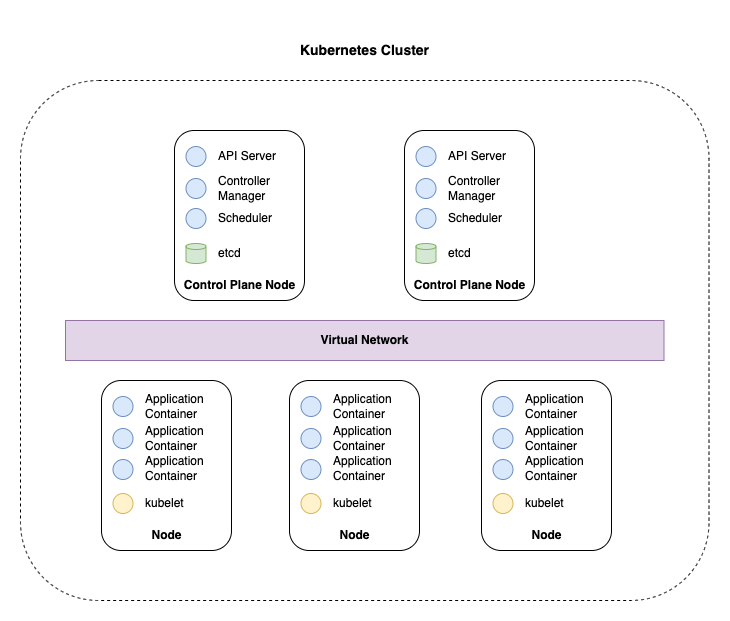
This is docs/kubernetes_high_level_architecture.drawio.png from Kayra/practice-kubernetes, a draw.io export, as it was before one commit. Source tidied: cells renumbered, new cells last; positions are measured from the earlier drawing's top-left corner, leaving out a move shared by most shapes. Source of this version:
```xml
<mxGraphModel>
  <root>
    <mxCell id="0" />
    <mxCell id="1" parent="0" />
    <mxCell id="2" style="rounded=1;whiteSpace=wrap;html=1;" parent="1" vertex="1">
      <mxGeometry x="154" y="110" width="130" height="170" as="geometry" />
    </mxCell>
    <mxCell id="3" value="Control Plane Node" style="text;html=1;strokeColor=none;fillColor=none;align=center;verticalAlign=middle;whiteSpace=wrap;rounded=0;fontStyle=1;" parent="1" vertex="1">
      <mxGeometry x="161.5" y="250" width="115" height="30" as="geometry" />
    </mxCell>
    <mxCell id="4" style="ellipse;whiteSpace=wrap;html=1;fillColor=#dae8fc;strokeColor=#6c8ebf;" parent="1" vertex="1">
      <mxGeometry x="165.5" y="126" width="20" height="20" as="geometry" />
    </mxCell>
    <mxCell id="5" value="API Server" style="text;html=1;strokeColor=none;fillColor=none;align=left;verticalAlign=middle;whiteSpace=wrap;rounded=0;" parent="1" vertex="1">
      <mxGeometry x="195.5" y="121" width="100" height="30" as="geometry" />
    </mxCell>
    <mxCell id="6" style="ellipse;whiteSpace=wrap;html=1;fillColor=#dae8fc;strokeColor=#6c8ebf;" parent="1" vertex="1">
      <mxGeometry x="165.5" y="158" width="20" height="20" as="geometry" />
    </mxCell>
    <mxCell id="7" value="Controller &lt;br&gt;Manager" style="text;html=1;strokeColor=none;fillColor=none;align=left;verticalAlign=middle;whiteSpace=wrap;rounded=0;" parent="1" vertex="1">
      <mxGeometry x="195.5" y="153" width="110" height="30" as="geometry" />
    </mxCell>
    <mxCell id="8" style="ellipse;whiteSpace=wrap;html=1;fillColor=#dae8fc;strokeColor=#6c8ebf;" parent="1" vertex="1">
      <mxGeometry x="165.5" y="188" width="20" height="20" as="geometry" />
    </mxCell>
    <mxCell id="9" value="Scheduler" style="text;html=1;strokeColor=none;fillColor=none;align=left;verticalAlign=middle;whiteSpace=wrap;rounded=0;" parent="1" vertex="1">
      <mxGeometry x="195.5" y="183" width="100" height="30" as="geometry" />
    </mxCell>
    <mxCell id="10" style="shape=cylinder3;whiteSpace=wrap;html=1;boundedLbl=1;backgroundOutline=1;size=3;fillColor=#d5e8d4;strokeColor=#82b366;" parent="1" vertex="1">
      <mxGeometry x="165.5" y="223" width="20" height="20" as="geometry" />
    </mxCell>
    <mxCell id="11" value="etcd" style="text;html=1;strokeColor=none;fillColor=none;align=left;verticalAlign=middle;whiteSpace=wrap;rounded=0;" parent="1" vertex="1">
      <mxGeometry x="195.5" y="218" width="100" height="30" as="geometry" />
    </mxCell>
    <mxCell id="12" style="rounded=1;whiteSpace=wrap;html=1;" parent="1" vertex="1">
      <mxGeometry x="384" y="110" width="130" height="170" as="geometry" />
    </mxCell>
    <mxCell id="13" value="Control Plane Node" style="text;html=1;strokeColor=none;fillColor=none;align=center;verticalAlign=middle;whiteSpace=wrap;rounded=0;fontStyle=1;" parent="1" vertex="1">
      <mxGeometry x="391.5" y="250" width="115" height="30" as="geometry" />
    </mxCell>
    <mxCell id="14" style="ellipse;whiteSpace=wrap;html=1;fillColor=#dae8fc;strokeColor=#6c8ebf;" parent="1" vertex="1">
      <mxGeometry x="395.5" y="126" width="20" height="20" as="geometry" />
    </mxCell>
    <mxCell id="15" value="API Server" style="text;html=1;strokeColor=none;fillColor=none;align=left;verticalAlign=middle;whiteSpace=wrap;rounded=0;" parent="1" vertex="1">
      <mxGeometry x="425.5" y="121" width="100" height="30" as="geometry" />
    </mxCell>
    <mxCell id="16" style="ellipse;whiteSpace=wrap;html=1;fillColor=#dae8fc;strokeColor=#6c8ebf;" parent="1" vertex="1">
      <mxGeometry x="395.5" y="158" width="20" height="20" as="geometry" />
    </mxCell>
    <mxCell id="17" value="Controller &lt;br&gt;Manager" style="text;html=1;strokeColor=none;fillColor=none;align=left;verticalAlign=middle;whiteSpace=wrap;rounded=0;" parent="1" vertex="1">
      <mxGeometry x="425.5" y="153" width="110" height="30" as="geometry" />
    </mxCell>
    <mxCell id="18" style="ellipse;whiteSpace=wrap;html=1;fillColor=#dae8fc;strokeColor=#6c8ebf;" parent="1" vertex="1">
      <mxGeometry x="395.5" y="188" width="20" height="20" as="geometry" />
    </mxCell>
    <mxCell id="19" value="Scheduler" style="text;html=1;strokeColor=none;fillColor=none;align=left;verticalAlign=middle;whiteSpace=wrap;rounded=0;" parent="1" vertex="1">
      <mxGeometry x="425.5" y="183" width="100" height="30" as="geometry" />
    </mxCell>
    <mxCell id="20" style="shape=cylinder3;whiteSpace=wrap;html=1;boundedLbl=1;backgroundOutline=1;size=3;fillColor=#d5e8d4;strokeColor=#82b366;" parent="1" vertex="1">
      <mxGeometry x="395.5" y="223" width="20" height="20" as="geometry" />
    </mxCell>
    <mxCell id="21" value="etcd" style="text;html=1;strokeColor=none;fillColor=none;align=left;verticalAlign=middle;whiteSpace=wrap;rounded=0;" parent="1" vertex="1">
      <mxGeometry x="425.5" y="218" width="100" height="30" as="geometry" />
    </mxCell>
    <mxCell id="22" style="rounded=1;whiteSpace=wrap;html=1;" parent="1" vertex="1">
      <mxGeometry x="269" y="360" width="130" height="170" as="geometry" />
    </mxCell>
    <mxCell id="23" value="Node" style="text;html=1;strokeColor=none;fillColor=none;align=center;verticalAlign=middle;whiteSpace=wrap;rounded=0;fontStyle=1;" parent="1" vertex="1">
      <mxGeometry x="276.5" y="500" width="115" height="30" as="geometry" />
    </mxCell>
    <mxCell id="24" style="ellipse;whiteSpace=wrap;html=1;fillColor=#dae8fc;strokeColor=#6c8ebf;" parent="1" vertex="1">
      <mxGeometry x="280.5" y="376" width="20" height="20" as="geometry" />
    </mxCell>
    <mxCell id="25" value="Application&lt;br&gt;Container" style="text;html=1;strokeColor=none;fillColor=none;align=left;verticalAlign=middle;whiteSpace=wrap;rounded=0;" parent="1" vertex="1">
      <mxGeometry x="310.5" y="371" width="100" height="30" as="geometry" />
    </mxCell>
    <mxCell id="26" style="ellipse;whiteSpace=wrap;html=1;fillColor=#dae8fc;strokeColor=#6c8ebf;" parent="1" vertex="1">
      <mxGeometry x="280.5" y="408" width="20" height="20" as="geometry" />
    </mxCell>
    <mxCell id="27" value="Application&lt;br&gt;Container" style="text;html=1;strokeColor=none;fillColor=none;align=left;verticalAlign=middle;whiteSpace=wrap;rounded=0;" parent="1" vertex="1">
      <mxGeometry x="310.5" y="403" width="110" height="30" as="geometry" />
    </mxCell>
    <mxCell id="28" style="ellipse;whiteSpace=wrap;html=1;fillColor=#dae8fc;strokeColor=#6c8ebf;" parent="1" vertex="1">
      <mxGeometry x="280.5" y="439" width="20" height="20" as="geometry" />
    </mxCell>
    <mxCell id="29" value="Application&lt;br&gt;Container" style="text;html=1;strokeColor=none;fillColor=none;align=left;verticalAlign=middle;whiteSpace=wrap;rounded=0;" parent="1" vertex="1">
      <mxGeometry x="310.5" y="434" width="100.5" height="27" as="geometry" />
    </mxCell>
    <mxCell id="30" value="kubelet" style="text;html=1;strokeColor=none;fillColor=none;align=left;verticalAlign=middle;whiteSpace=wrap;rounded=0;" parent="1" vertex="1">
      <mxGeometry x="310.5" y="468" width="100" height="30" as="geometry" />
    </mxCell>
    <mxCell id="31" style="ellipse;whiteSpace=wrap;html=1;fillColor=#fff2cc;strokeColor=#d6b656;" parent="1" vertex="1">
      <mxGeometry x="280.5" y="473" width="20" height="20" as="geometry" />
    </mxCell>
    <mxCell id="32" style="rounded=1;whiteSpace=wrap;html=1;" parent="1" vertex="1">
      <mxGeometry x="81" y="360" width="130" height="170" as="geometry" />
    </mxCell>
    <mxCell id="33" value="Node" style="text;html=1;strokeColor=none;fillColor=none;align=center;verticalAlign=middle;whiteSpace=wrap;rounded=0;fontStyle=1;" parent="1" vertex="1">
      <mxGeometry x="88.5" y="500" width="115" height="30" as="geometry" />
    </mxCell>
    <mxCell id="34" style="ellipse;whiteSpace=wrap;html=1;fillColor=#dae8fc;strokeColor=#6c8ebf;" parent="1" vertex="1">
      <mxGeometry x="92.5" y="376" width="20" height="20" as="geometry" />
    </mxCell>
    <mxCell id="35" value="Application&lt;br&gt;Container" style="text;html=1;strokeColor=none;fillColor=none;align=left;verticalAlign=middle;whiteSpace=wrap;rounded=0;" parent="1" vertex="1">
      <mxGeometry x="122.5" y="371" width="100" height="30" as="geometry" />
    </mxCell>
    <mxCell id="36" style="ellipse;whiteSpace=wrap;html=1;fillColor=#dae8fc;strokeColor=#6c8ebf;" parent="1" vertex="1">
      <mxGeometry x="92.5" y="408" width="20" height="20" as="geometry" />
    </mxCell>
    <mxCell id="37" value="Application&lt;br&gt;Container" style="text;html=1;strokeColor=none;fillColor=none;align=left;verticalAlign=middle;whiteSpace=wrap;rounded=0;" parent="1" vertex="1">
      <mxGeometry x="122.5" y="403" width="110" height="30" as="geometry" />
    </mxCell>
    <mxCell id="38" style="ellipse;whiteSpace=wrap;html=1;fillColor=#dae8fc;strokeColor=#6c8ebf;" parent="1" vertex="1">
      <mxGeometry x="92.5" y="439" width="20" height="20" as="geometry" />
    </mxCell>
    <mxCell id="39" value="Application&lt;br&gt;Container" style="text;html=1;strokeColor=none;fillColor=none;align=left;verticalAlign=middle;whiteSpace=wrap;rounded=0;" parent="1" vertex="1">
      <mxGeometry x="122.5" y="434" width="100.5" height="27" as="geometry" />
    </mxCell>
    <mxCell id="40" value="kubelet" style="text;html=1;strokeColor=none;fillColor=none;align=left;verticalAlign=middle;whiteSpace=wrap;rounded=0;" parent="1" vertex="1">
      <mxGeometry x="122.5" y="468" width="100" height="30" as="geometry" />
    </mxCell>
    <mxCell id="41" style="ellipse;whiteSpace=wrap;html=1;fillColor=#fff2cc;strokeColor=#d6b656;" parent="1" vertex="1">
      <mxGeometry x="92.5" y="473" width="20" height="20" as="geometry" />
    </mxCell>
    <mxCell id="42" style="rounded=1;whiteSpace=wrap;html=1;" parent="1" vertex="1">
      <mxGeometry x="461" y="360" width="130" height="170" as="geometry" />
    </mxCell>
    <mxCell id="43" value="Node" style="text;html=1;strokeColor=none;fillColor=none;align=center;verticalAlign=middle;whiteSpace=wrap;rounded=0;fontStyle=1;" parent="1" vertex="1">
      <mxGeometry x="468.5" y="500" width="115" height="30" as="geometry" />
    </mxCell>
    <mxCell id="44" style="ellipse;whiteSpace=wrap;html=1;fillColor=#dae8fc;strokeColor=#6c8ebf;" parent="1" vertex="1">
      <mxGeometry x="472.5" y="376" width="20" height="20" as="geometry" />
    </mxCell>
    <mxCell id="45" value="Application&lt;br&gt;Container" style="text;html=1;strokeColor=none;fillColor=none;align=left;verticalAlign=middle;whiteSpace=wrap;rounded=0;" parent="1" vertex="1">
      <mxGeometry x="502.5" y="371" width="100" height="30" as="geometry" />
    </mxCell>
    <mxCell id="46" style="ellipse;whiteSpace=wrap;html=1;fillColor=#dae8fc;strokeColor=#6c8ebf;" parent="1" vertex="1">
      <mxGeometry x="472.5" y="408" width="20" height="20" as="geometry" />
    </mxCell>
    <mxCell id="47" value="Application&lt;br&gt;Container" style="text;html=1;strokeColor=none;fillColor=none;align=left;verticalAlign=middle;whiteSpace=wrap;rounded=0;" parent="1" vertex="1">
      <mxGeometry x="502.5" y="403" width="110" height="30" as="geometry" />
    </mxCell>
    <mxCell id="48" style="ellipse;whiteSpace=wrap;html=1;fillColor=#dae8fc;strokeColor=#6c8ebf;" parent="1" vertex="1">
      <mxGeometry x="472.5" y="439" width="20" height="20" as="geometry" />
    </mxCell>
    <mxCell id="49" value="Application&lt;br&gt;Container" style="text;html=1;strokeColor=none;fillColor=none;align=left;verticalAlign=middle;whiteSpace=wrap;rounded=0;" parent="1" vertex="1">
      <mxGeometry x="502.5" y="434" width="100.5" height="27" as="geometry" />
    </mxCell>
    <mxCell id="50" value="kubelet" style="text;html=1;strokeColor=none;fillColor=none;align=left;verticalAlign=middle;whiteSpace=wrap;rounded=0;" parent="1" vertex="1">
      <mxGeometry x="502.5" y="468" width="100" height="30" as="geometry" />
    </mxCell>
    <mxCell id="51" style="ellipse;whiteSpace=wrap;html=1;fillColor=#fff2cc;strokeColor=#d6b656;" parent="1" vertex="1">
      <mxGeometry x="472.5" y="473" width="20" height="20" as="geometry" />
    </mxCell>
    <mxCell id="52" value="&lt;b&gt;Virtual Network&lt;/b&gt;" style="rounded=0;whiteSpace=wrap;html=1;fillColor=#e1d5e7;strokeColor=#9673a6;" parent="1" vertex="1">
      <mxGeometry x="45" y="300" width="598.5" height="40" as="geometry" />
    </mxCell>
    <mxCell id="53" style="rounded=1;whiteSpace=wrap;html=1;fillColor=none;dashed=1;" parent="1" vertex="1">
      <mxGeometry y="60" width="688.5" height="520" as="geometry" />
    </mxCell>
    <mxCell id="54" value="Kubernetes Cluster" style="text;html=1;strokeColor=none;fillColor=none;align=center;verticalAlign=middle;whiteSpace=wrap;rounded=0;dashed=1;fontSize=14;fontStyle=1;" parent="1" vertex="1">
      <mxGeometry x="227" width="234.5" height="60" as="geometry" />
    </mxCell>
  </root>
</mxGraphModel>
```
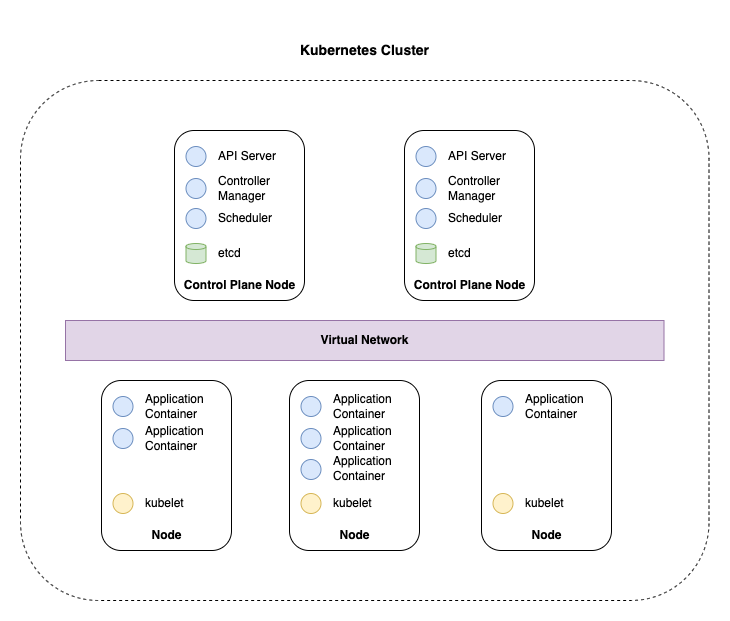
Above is the later version.

The edit, as a diff of the source:
```diff
@@ -2,6 +2,9 @@
   <root>
     <mxCell id="0" />
     <mxCell id="1" parent="0" />
+    <mxCell id="53" style="rounded=1;whiteSpace=wrap;html=1;fillColor=none;dashed=1;" parent="1" vertex="1">
+      <mxGeometry y="60" width="688.5" height="520" as="geometry" />
+    </mxCell>
     <mxCell id="2" style="rounded=1;whiteSpace=wrap;html=1;" parent="1" vertex="1">
       <mxGeometry x="154" y="110" width="130" height="170" as="geometry" />
     </mxCell>
@@ -110,12 +113,6 @@
     <mxCell id="37" value="Application&lt;br&gt;Container" style="text;html=1;strokeColor=none;fillColor=none;align=left;verticalAlign=middle;whiteSpace=wrap;rounded=0;" parent="1" vertex="1">
       <mxGeometry x="122.5" y="403" width="110" height="30" as="geometry" />
     </mxCell>
-    <mxCell id="38" style="ellipse;whiteSpace=wrap;html=1;fillColor=#dae8fc;strokeColor=#6c8ebf;" parent="1" vertex="1">
-      <mxGeometry x="92.5" y="439" width="20" height="20" as="geometry" />
-    </mxCell>
-    <mxCell id="39" value="Application&lt;br&gt;Container" style="text;html=1;strokeColor=none;fillColor=none;align=left;verticalAlign=middle;whiteSpace=wrap;rounded=0;" parent="1" vertex="1">
-      <mxGeometry x="122.5" y="434" width="100.5" height="27" as="geometry" />
-    </mxCell>
     <mxCell id="40" value="kubelet" style="text;html=1;strokeColor=none;fillColor=none;align=left;verticalAlign=middle;whiteSpace=wrap;rounded=0;" parent="1" vertex="1">
       <mxGeometry x="122.5" y="468" width="100" height="30" as="geometry" />
     </mxCell>
@@ -134,18 +131,6 @@
     <mxCell id="45" value="Application&lt;br&gt;Container" style="text;html=1;strokeColor=none;fillColor=none;align=left;verticalAlign=middle;whiteSpace=wrap;rounded=0;" parent="1" vertex="1">
       <mxGeometry x="502.5" y="371" width="100" height="30" as="geometry" />
     </mxCell>
-    <mxCell id="46" style="ellipse;whiteSpace=wrap;html=1;fillColor=#dae8fc;strokeColor=#6c8ebf;" parent="1" vertex="1">
-      <mxGeometry x="472.5" y="408" width="20" height="20" as="geometry" />
-    </mxCell>
-    <mxCell id="47" value="Application&lt;br&gt;Container" style="text;html=1;strokeColor=none;fillColor=none;align=left;verticalAlign=middle;whiteSpace=wrap;rounded=0;" parent="1" vertex="1">
-      <mxGeometry x="502.5" y="403" width="110" height="30" as="geometry" />
-    </mxCell>
-    <mxCell id="48" style="ellipse;whiteSpace=wrap;html=1;fillColor=#dae8fc;strokeColor=#6c8ebf;" parent="1" vertex="1">
-      <mxGeometry x="472.5" y="439" width="20" height="20" as="geometry" />
-    </mxCell>
-    <mxCell id="49" value="Application&lt;br&gt;Container" style="text;html=1;strokeColor=none;fillColor=none;align=left;verticalAlign=middle;whiteSpace=wrap;rounded=0;" parent="1" vertex="1">
-      <mxGeometry x="502.5" y="434" width="100.5" height="27" as="geometry" />
-    </mxCell>
     <mxCell id="50" value="kubelet" style="text;html=1;strokeColor=none;fillColor=none;align=left;verticalAlign=middle;whiteSpace=wrap;rounded=0;" parent="1" vertex="1">
       <mxGeometry x="502.5" y="468" width="100" height="30" as="geometry" />
     </mxCell>
@@ -155,9 +140,6 @@
     <mxCell id="52" value="&lt;b&gt;Virtual Network&lt;/b&gt;" style="rounded=0;whiteSpace=wrap;html=1;fillColor=#e1d5e7;strokeColor=#9673a6;" parent="1" vertex="1">
       <mxGeometry x="45" y="300" width="598.5" height="40" as="geometry" />
     </mxCell>
-    <mxCell id="53" style="rounded=1;whiteSpace=wrap;html=1;fillColor=none;dashed=1;" parent="1" vertex="1">
-      <mxGeometry y="60" width="688.5" height="520" as="geometry" />
-    </mxCell>
     <mxCell id="54" value="Kubernetes Cluster" style="text;html=1;strokeColor=none;fillColor=none;align=center;verticalAlign=middle;whiteSpace=wrap;rounded=0;dashed=1;fontSize=14;fontStyle=1;" parent="1" vertex="1">
       <mxGeometry x="227" width="234.5" height="60" as="geometry" />
     </mxCell>
```
